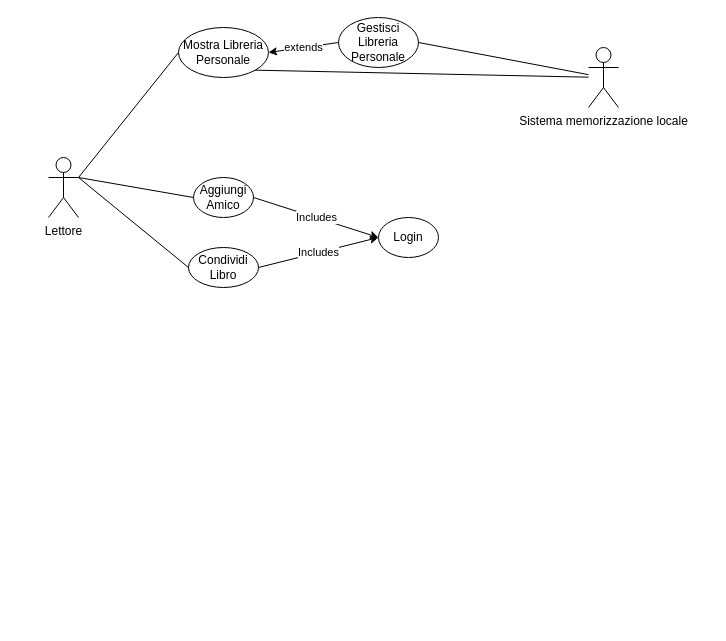
Before: UC Diagram.drawio in Tom-n7/progettoMurakami, a draw.io diagram. Source tidied: cells renumbered, new cells numbered last; positions are measured from the earlier drawing's top-left corner, leaving out a move shared by most shapes. Both pictures are drawn from the tidied source at 100%, with x=0, y=0 at pixel (48, 17).
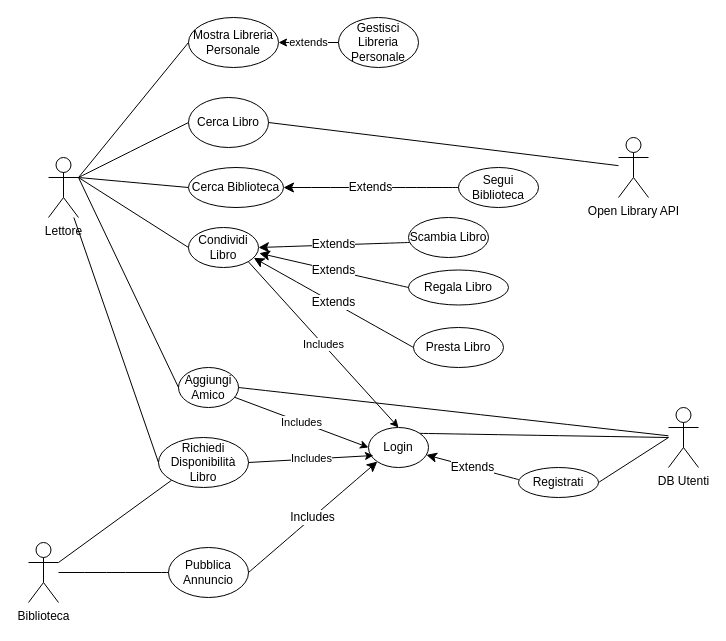
The same page after the edit.

Commit message (it also covers changes not shown here):
Finito prima iterazione di UC Diagram e Fatto internal steps di "Prenota Prestito"

Unchanged cells that the change refers to:
```xml
<mxCell id="2" value="&lt;div&gt;Lettore&lt;/div&gt;&lt;div&gt;&lt;br&gt;&lt;/div&gt;" style="shape=umlActor;verticalLabelPosition=bottom;verticalAlign=top;html=1;outlineConnect=0;" parent="1" vertex="1">
  <mxGeometry y="140" width="30" height="60" as="geometry" />
</mxCell>
<mxCell id="4" value="Gestisci Libreria Personale" style="ellipse;whiteSpace=wrap;html=1;" parent="1" vertex="1">
  <mxGeometry x="290" width="80" height="50" as="geometry" />
</mxCell>
```

Diff of the diagram source:
```diff
@@
     <mxCell id="3" value="Mostra Libreria Personale" style="ellipse;whiteSpace=wrap;html=1;" parent="1" vertex="1">
-      <mxGeometry x="130" y="10" width="90" height="50" as="geometry" />
+      <mxGeometry x="140" width="90" height="50" as="geometry" />
     </mxCell>
@@
     <mxCell id="7" value="Aggiungi Amico" style="ellipse;whiteSpace=wrap;html=1;" parent="1" vertex="1">
-      <mxGeometry x="145" y="160" width="60" height="40" as="geometry" />
+      <mxGeometry x="130" y="350" width="60" height="40" as="geometry" />
     </mxCell>
@@
     <mxCell id="9" value="Login" style="ellipse;whiteSpace=wrap;html=1;" parent="1" vertex="1">
-      <mxGeometry x="330" y="200" width="60" height="40" as="geometry" />
+      <mxGeometry x="320" y="410" width="60" height="40" as="geometry" />
     </mxCell>
-    <mxCell id="10" value="Includes" style="endArrow=classic;html=1;rounded=0;exitX=1;exitY=0.5;exitDx=0;exitDy=0;entryX=0;entryY=0.5;entryDx=0;entryDy=0;" parent="1" edge="1" source="7" target="9">
+    <mxCell id="10" value="Includes" style="endArrow=classic;html=1;rounded=0;entryX=0;entryY=0.5;entryDx=0;entryDy=0;" parent="1" edge="1" source="7" target="9">
       <mxGeometry relative="1" as="geometry" />
     </mxCell>
     <mxCell id="11" value="Condividi Libro" style="ellipse;whiteSpace=wrap;html=1;" parent="1" vertex="1">
-      <mxGeometry x="140" y="230" width="70" height="40" as="geometry" />
+      <mxGeometry x="140" y="210" width="70" height="40" as="geometry" />
     </mxCell>
@@
-    <mxCell id="13" value="&lt;div&gt;Includes&lt;/div&gt;" style="endArrow=classic;html=1;rounded=0;exitX=1;exitY=0.5;exitDx=0;exitDy=0;entryX=0;entryY=0.5;entryDx=0;entryDy=0;" parent="1" edge="1" source="11" target="9">
+    <mxCell id="13" value="&lt;div&gt;Includes&lt;/div&gt;" style="endArrow=classic;html=1;rounded=0;exitX=1;exitY=1;exitDx=0;exitDy=0;entryX=0.5;entryY=0;entryDx=0;entryDy=0;" parent="1" edge="1" source="11" target="9">
       <mxGeometry relative="1" as="geometry" />
     </mxCell>
-    <mxCell id="14" value="&lt;div&gt;Sistema memorizzazione locale&lt;/div&gt;" style="shape=umlActor;verticalLabelPosition=bottom;verticalAlign=top;html=1;outlineConnect=0;" parent="1" vertex="1">
-      <mxGeometry x="540" y="30" width="30" height="60" as="geometry" />
-    </mxCell>
-    <mxCell id="15" style="endArrow=none;html=1;rounded=0;exitX=1;exitY=0.5;exitDx=0;exitDy=0;" parent="1" edge="1" source="4" target="14">
-      <mxGeometry relative="1" as="geometry" />
-    </mxCell>
-    <mxCell id="16" style="endArrow=none;html=1;rounded=0;exitX=1;exitY=1;exitDx=0;exitDy=0;" parent="1" edge="1" source="3" target="14">
-      <mxGeometry relative="1" as="geometry" />
-    </mxCell>
+    <mxCell id="17" value="Scambia Libro" style="ellipse;whiteSpace=wrap;html=1;" parent="1" vertex="1">
+      <mxGeometry x="360" y="200" width="80" height="40" as="geometry" />
+    </mxCell>
+    <mxCell id="18" value="Presta Libro" style="ellipse;whiteSpace=wrap;html=1;" parent="1" vertex="1">
+      <mxGeometry x="365" y="310" width="90" height="40" as="geometry" />
+    </mxCell>
+    <mxCell id="19" value="Regala Libro" style="ellipse;whiteSpace=wrap;html=1;" parent="1" vertex="1">
+      <mxGeometry x="360" y="252.5" width="100" height="35" as="geometry" />
+    </mxCell>
+    <mxCell id="20" value="Extends" style="endArrow=classic;html=1;rounded=0;fontSize=12;startSize=8;endSize=8;curved=1;exitX=0;exitY=0.5;exitDx=0;exitDy=0;entryX=0.932;entryY=0.759;entryDx=0;entryDy=0;entryPerimeter=0;" parent="1" edge="1" source="18" target="11">
+      <mxGeometry relative="1" as="geometry" />
+    </mxCell>
+    <mxCell id="21" value="Extends" style="endArrow=classic;html=1;rounded=0;fontSize=12;startSize=8;endSize=8;curved=1;exitX=0;exitY=0.5;exitDx=0;exitDy=0;entryX=1.012;entryY=0.644;entryDx=0;entryDy=0;entryPerimeter=0;" parent="1" edge="1" source="19" target="11">
+      <mxGeometry relative="1" as="geometry" />
+    </mxCell>
+    <mxCell id="22" value="&lt;div&gt;Extends&lt;/div&gt;" style="endArrow=classic;html=1;rounded=0;fontSize=12;startSize=8;endSize=8;curved=1;exitX=0.014;exitY=0.624;exitDx=0;exitDy=0;exitPerimeter=0;entryX=1;entryY=0.5;entryDx=0;entryDy=0;" parent="1" edge="1" source="17" target="11">
+      <mxGeometry relative="1" as="geometry" />
+    </mxCell>
+    <mxCell id="23" style="endArrow=none;html=1;rounded=0;fontSize=12;startSize=8;endSize=8;curved=1;entryX=0;entryY=0.5;entryDx=0;entryDy=0;" parent="1" edge="1" target="24">
+      <mxGeometry relative="1" as="geometry">
+        <mxPoint x="30" y="160" as="sourcePoint" />
+      </mxGeometry>
+    </mxCell>
+    <mxCell id="24" value="Cerca Libro" style="ellipse;whiteSpace=wrap;html=1;" parent="1" vertex="1">
+      <mxGeometry x="140" y="80" width="80" height="50" as="geometry" />
+    </mxCell>
+    <mxCell id="25" style="endArrow=none;html=1;rounded=0;fontSize=12;startSize=8;endSize=8;curved=1;entryX=0;entryY=0.5;entryDx=0;entryDy=0;" parent="1" edge="1" target="26">
+      <mxGeometry relative="1" as="geometry">
+        <mxPoint x="30" y="160" as="sourcePoint" />
+      </mxGeometry>
+    </mxCell>
+    <mxCell id="26" value="Cerca Biblioteca" style="ellipse;whiteSpace=wrap;html=1;" parent="1" vertex="1">
+      <mxGeometry x="140" y="150" width="95" height="40" as="geometry" />
+    </mxCell>
+    <mxCell id="27" value="Open Library API" style="shape=umlActor;verticalLabelPosition=bottom;verticalAlign=top;html=1;outlineConnect=0;" parent="1" vertex="1">
+      <mxGeometry x="570" y="120" width="30" height="60" as="geometry" />
+    </mxCell>
+    <mxCell id="28" style="endArrow=none;html=1;rounded=0;fontSize=12;startSize=8;endSize=8;curved=1;entryX=1;entryY=0.5;entryDx=0;entryDy=0;" parent="1" edge="1" source="27" target="24">
+      <mxGeometry relative="1" as="geometry" />
+    </mxCell>
+    <mxCell id="29" value="Segui Biblioteca" style="ellipse;whiteSpace=wrap;html=1;" parent="1" vertex="1">
+      <mxGeometry x="410" y="150" width="80" height="40" as="geometry" />
+    </mxCell>
+    <mxCell id="30" value="Extends" style="endArrow=classic;html=1;rounded=0;fontSize=12;startSize=8;endSize=8;curved=1;exitX=0;exitY=0.5;exitDx=0;exitDy=0;entryX=1;entryY=0.5;entryDx=0;entryDy=0;" parent="1" edge="1" source="29" target="26">
+      <mxGeometry relative="1" as="geometry" />
+    </mxCell>
+    <mxCell id="31" value="Biblioteca" style="shape=umlActor;verticalLabelPosition=bottom;verticalAlign=top;html=1;outlineConnect=0;" parent="1" vertex="1">
+      <mxGeometry x="-20" y="525" width="30" height="60" as="geometry" />
+    </mxCell>
+    <mxCell id="32" value="Registrati" style="ellipse;whiteSpace=wrap;html=1;" parent="1" vertex="1">
+      <mxGeometry x="470" y="450" width="80" height="30" as="geometry" />
+    </mxCell>
+    <mxCell id="33" value="&lt;div&gt;Extends&lt;/div&gt;" style="endArrow=classic;html=1;rounded=0;fontSize=12;startSize=8;endSize=8;curved=1;exitX=0.003;exitY=0.405;exitDx=0;exitDy=0;exitPerimeter=0;" parent="1" edge="1" source="32" target="9">
+      <mxGeometry relative="1" as="geometry" />
+    </mxCell>
+    <mxCell id="34" value="Pubblica Annuncio" style="ellipse;whiteSpace=wrap;html=1;" parent="1" vertex="1">
+      <mxGeometry x="120" y="530" width="80" height="50" as="geometry" />
+    </mxCell>
+    <mxCell id="35" value="Includes" style="endArrow=classic;html=1;rounded=0;fontSize=12;startSize=8;endSize=8;curved=1;exitX=1;exitY=0.5;exitDx=0;exitDy=0;entryX=0;entryY=1;entryDx=0;entryDy=0;" parent="1" edge="1" source="34" target="9">
+      <mxGeometry relative="1" as="geometry" />
+    </mxCell>
+    <mxCell id="36" style="endArrow=none;html=1;rounded=0;fontSize=12;startSize=8;endSize=8;curved=1;exitX=0;exitY=0.5;exitDx=0;exitDy=0;" parent="1" edge="1" source="34" target="31">
+      <mxGeometry relative="1" as="geometry" />
+    </mxCell>
+    <mxCell id="37" value="DB Utenti" style="shape=umlActor;verticalLabelPosition=bottom;verticalAlign=top;html=1;outlineConnect=0;" parent="1" vertex="1">
+      <mxGeometry x="620" y="390" width="30" height="60" as="geometry" />
+    </mxCell>
+    <mxCell id="38" style="endArrow=none;html=1;rounded=0;fontSize=12;startSize=8;endSize=8;curved=1;exitX=1;exitY=0.5;exitDx=0;exitDy=0;" parent="1" edge="1" source="7" target="37">
+      <mxGeometry relative="1" as="geometry" />
+    </mxCell>
+    <mxCell id="39" style="endArrow=none;html=1;rounded=0;fontSize=12;startSize=8;endSize=8;curved=1;exitX=1;exitY=0;exitDx=0;exitDy=0;" parent="1" edge="1" source="9">
+      <mxGeometry relative="1" as="geometry">
+        <mxPoint x="620" y="420" as="targetPoint" />
+      </mxGeometry>
+    </mxCell>
+    <mxCell id="40" style="endArrow=none;html=1;rounded=0;fontSize=12;startSize=8;endSize=8;curved=1;exitX=1;exitY=0.5;exitDx=0;exitDy=0;" parent="1" edge="1" source="32">
+      <mxGeometry relative="1" as="geometry">
+        <mxPoint x="620" y="420" as="targetPoint" />
+      </mxGeometry>
+    </mxCell>
+    <mxCell id="41" value="Richiedi Disponibilità Libro" style="ellipse;whiteSpace=wrap;html=1;" parent="1" vertex="1">
+      <mxGeometry x="110" y="420" width="90" height="50" as="geometry" />
+    </mxCell>
+    <mxCell id="42" style="endArrow=none;html=1;rounded=0;entryX=0;entryY=0.5;entryDx=0;entryDy=0;" parent="1" edge="1" source="2" target="41">
+      <mxGeometry relative="1" as="geometry" />
+    </mxCell>
+    <mxCell id="43" style="endArrow=none;html=1;rounded=0;exitX=1;exitY=0.3333333333333333;exitDx=0;exitDy=0;exitPerimeter=0;entryX=0;entryY=1;entryDx=0;entryDy=0;" parent="1" edge="1" source="31" target="41">
+      <mxGeometry relative="1" as="geometry" />
+    </mxCell>
+    <mxCell id="44" value="Includes" style="endArrow=classic;html=1;rounded=0;exitX=1;exitY=0.5;exitDx=0;exitDy=0;entryX=0.083;entryY=0.7;entryDx=0;entryDy=0;entryPerimeter=0;" parent="1" edge="1" source="41" target="9">
+      <mxGeometry relative="1" as="geometry" />
+    </mxCell>
```
